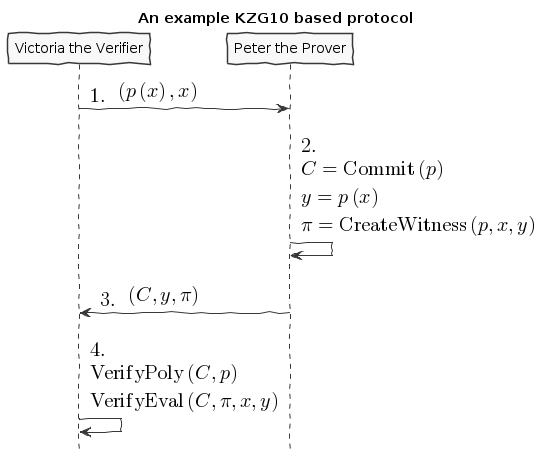
This is content/posts/09_implementing_kzg10_polynomial_commitments/kzg10_protocol.png from cmrfrd/taoa, a PlantUML export, as it was before one commit. The source it was exported from:
```plantuml
@startuml
skinparam handwritten true
skinparam monochrome true
skinparam packageStyle rect
skinparam defaultFontName FG Virgil
skinparam shadowing false
hide footbox
title An example KZG10 based protocol
"Victoria the Verifier" -> "Peter the Prover": <latex>1.</latex> <latex>\left(p\left(x\right), x\right)</latex>
"Peter the Prover" -> "Peter the Prover": \n<latex>2.</latex> \n<latex>C = {\rm Commit}\left(p\right)</latex> \n<latex>y = p\left(x\right)</latex> \n<latex>{\pi} = {\rm CreateWitness}\left(p, x, y\right)</latex>
"Peter the Prover" -> "Victoria the Verifier": \n<latex>3.</latex> <latex>\left(C, y, {\pi}\right)</latex>
"Victoria the Verifier" -> "Victoria the Verifier": \n<latex>4.</latex> \n<latex>{\rm VerifyPoly}\left(C, p\right)</latex> \n<latex>{\rm VerifyEval}\left(C, {\pi}, x, y\right)</latex>
@enduml
```
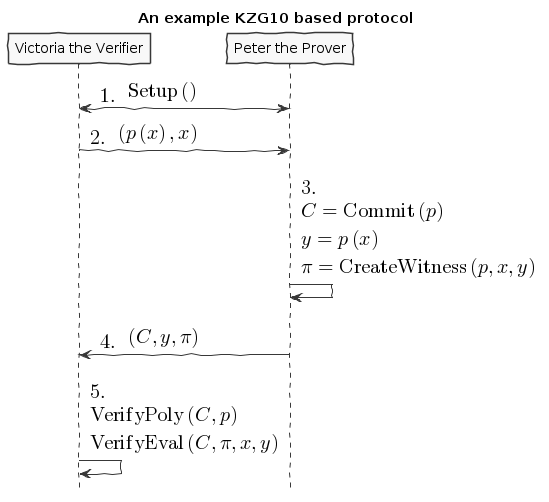
Later version of the same file.

What changed in the source:
```diff
@@ -6,8 +6,9 @@
 skinparam shadowing false
 hide footbox
 title An example KZG10 based protocol
-"Victoria the Verifier" -> "Peter the Prover": <latex>1.</latex> <latex>\left(p\left(x\right), x\right)</latex>
-"Peter the Prover" -> "Peter the Prover": \n<latex>2.</latex> \n<latex>C = {\rm Commit}\left(p\right)</latex> \n<latex>y = p\left(x\right)</latex> \n<latex>{\pi} = {\rm CreateWitness}\left(p, x, y\right)</latex>
-"Peter the Prover" -> "Victoria the Verifier": \n<latex>3.</latex> <latex>\left(C, y, {\pi}\right)</latex>
-"Victoria the Verifier" -> "Victoria the Verifier": \n<latex>4.</latex> \n<latex>{\rm VerifyPoly}\left(C, p\right)</latex> \n<latex>{\rm VerifyEval}\left(C, {\pi}, x, y\right)</latex>
+"Victoria the Verifier" <-> "Peter the Prover": <latex>1.</latex> <latex>{\rm Setup}\left(\right)</latex>
+"Victoria the Verifier" -> "Peter the Prover": <latex>2.</latex> <latex>\left(p\left(x\right), x\right)</latex>
+"Peter the Prover" -> "Peter the Prover": \n<latex>3.</latex> \n<latex>C = {\rm Commit}\left(p\right)</latex> \n<latex>y = p\left(x\right)</latex> \n<latex>{\pi} = {\rm CreateWitness}\left(p, x, y\right)</latex>
+"Peter the Prover" -> "Victoria the Verifier": \n<latex>4.</latex> <latex>\left(C, y, {\pi}\right)</latex>
+"Victoria the Verifier" -> "Victoria the Verifier": \n<latex>5.</latex> \n<latex>{\rm VerifyPoly}\left(C, p\right)</latex> \n<latex>{\rm VerifyEval}\left(C, {\pi}, x, y\right)</latex>
 @enduml
```
